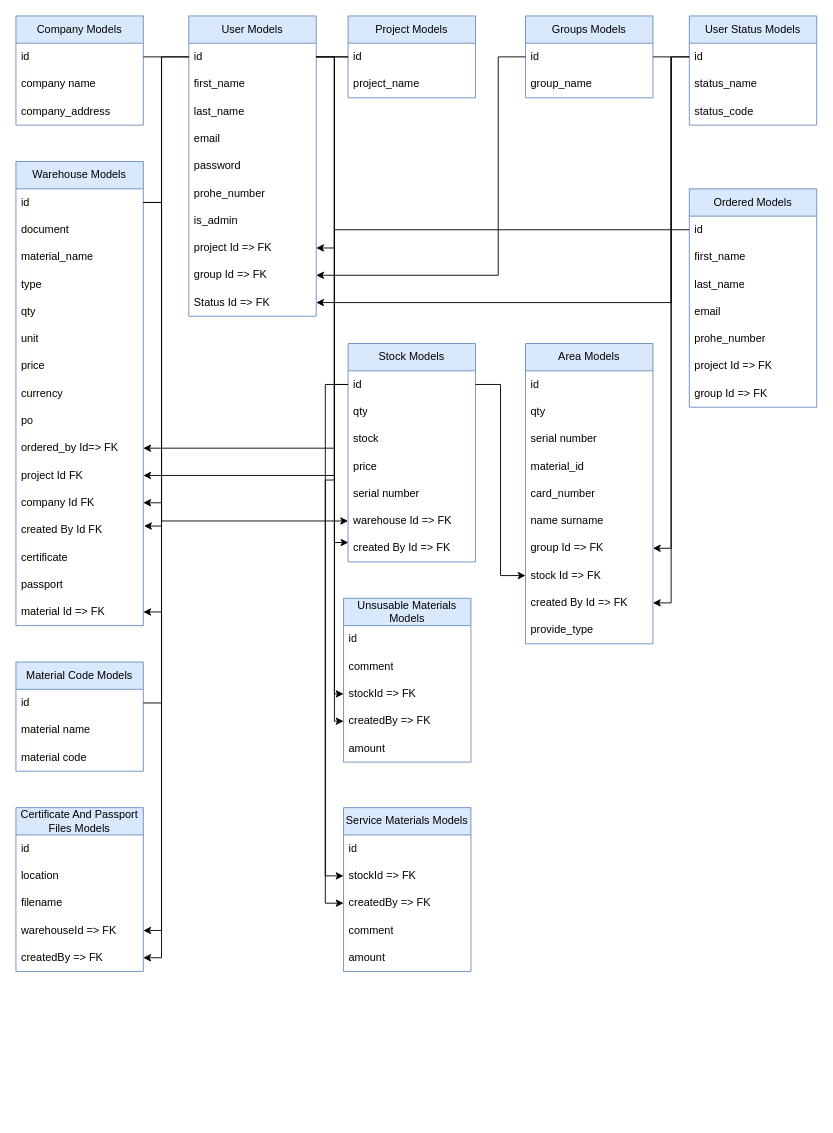
Earlier version of the draw.io diagram DatabaseDiagram.drawio (cavidanbagiri/warehouse-management-server). Source tidied: cells renumbered, new cells numbered last; positions are measured from the earlier drawing's top-left corner, leaving out a move shared by most shapes. Both pictures are drawn from the tidied source at 91%, with x=0, y=0 at pixel (15, 15).
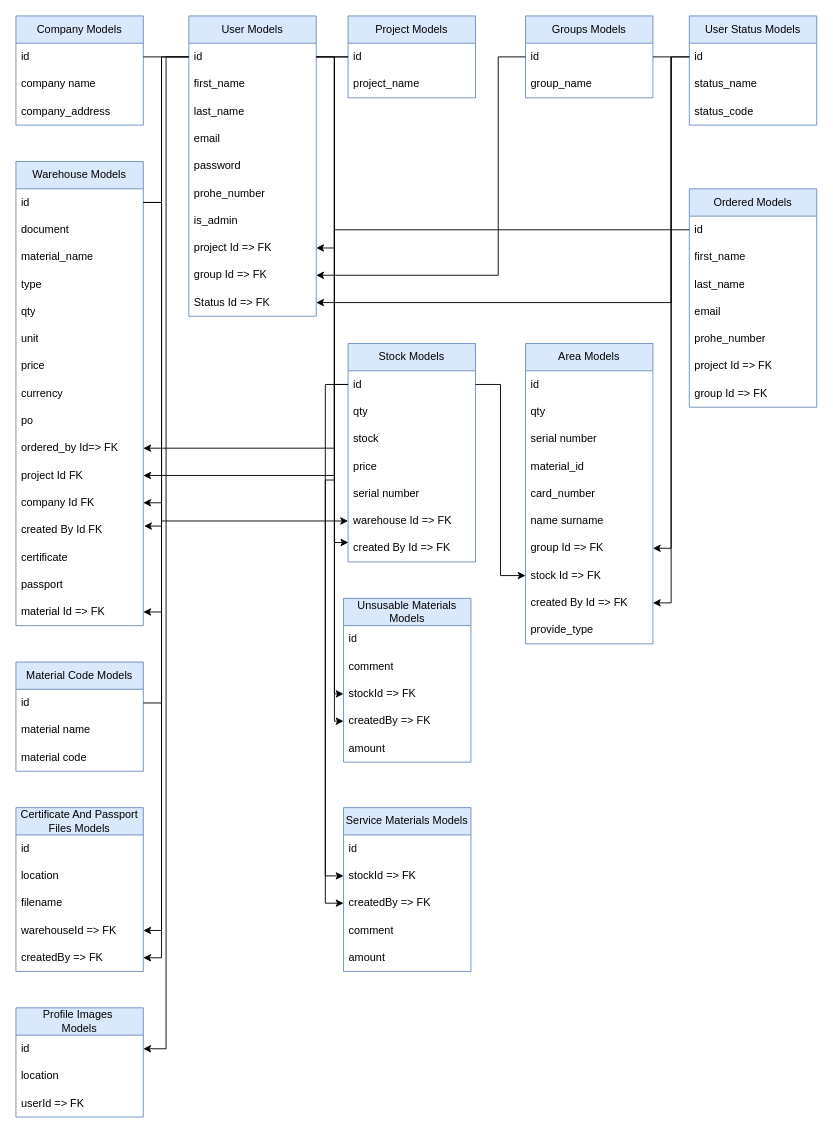
The same page after the edit.

The change refers to these unchanged cells:
```xml
<mxCell id="3" value="id" style="text;strokeColor=none;fillColor=none;align=left;verticalAlign=middle;spacingLeft=4;spacingRight=4;overflow=hidden;points=[[0,0.5],[1,0.5]];portConstraint=eastwest;whiteSpace=wrap;html=1;" parent="2" vertex="1">
  <mxGeometry y="30" width="140" height="30" as="geometry" />
</mxCell>
```

Change to the diagram source:
```diff
@@
+    <mxCell id="112" value="Profile Images&amp;nbsp;&lt;div&gt;Models&lt;/div&gt;" style="swimlane;fontStyle=0;horizontal=1;startSize=30;whiteSpace=wrap;html=1;fillColor=#dae8fc;strokeColor=#6c8ebf;" parent="1" vertex="1">
+      <mxGeometry y="1090" width="140" height="120" as="geometry" />
+    </mxCell>
+    <mxCell id="113" value="id" style="text;strokeColor=none;fillColor=none;align=left;verticalAlign=middle;spacingLeft=4;spacingRight=4;overflow=hidden;points=[[0,0.5],[1,0.5]];portConstraint=eastwest;whiteSpace=wrap;html=1;" parent="112" vertex="1">
+      <mxGeometry y="30" width="140" height="30" as="geometry" />
+    </mxCell>
+    <mxCell id="114" value="location" style="text;strokeColor=none;fillColor=none;align=left;verticalAlign=middle;spacingLeft=4;spacingRight=4;overflow=hidden;whiteSpace=wrap;html=1;" parent="112" vertex="1">
+      <mxGeometry y="60" width="140" height="30" as="geometry" />
+    </mxCell>
+    <mxCell id="115" value="userId =&amp;gt; FK" style="text;strokeColor=none;fillColor=none;align=left;verticalAlign=middle;spacingLeft=4;spacingRight=4;overflow=hidden;whiteSpace=wrap;html=1;" parent="112" vertex="1">
+      <mxGeometry y="90" width="140" height="30" as="geometry" />
+    </mxCell>
+    <mxCell id="116" style="edgeStyle=orthogonalEdgeStyle;rounded=0;jettySize=auto;html=1;entryX=1;entryY=0.5;entryDx=0;entryDy=0;" parent="1" edge="1" source="3" target="113">
+      <mxGeometry relative="1" as="geometry" />
+    </mxCell>
```
